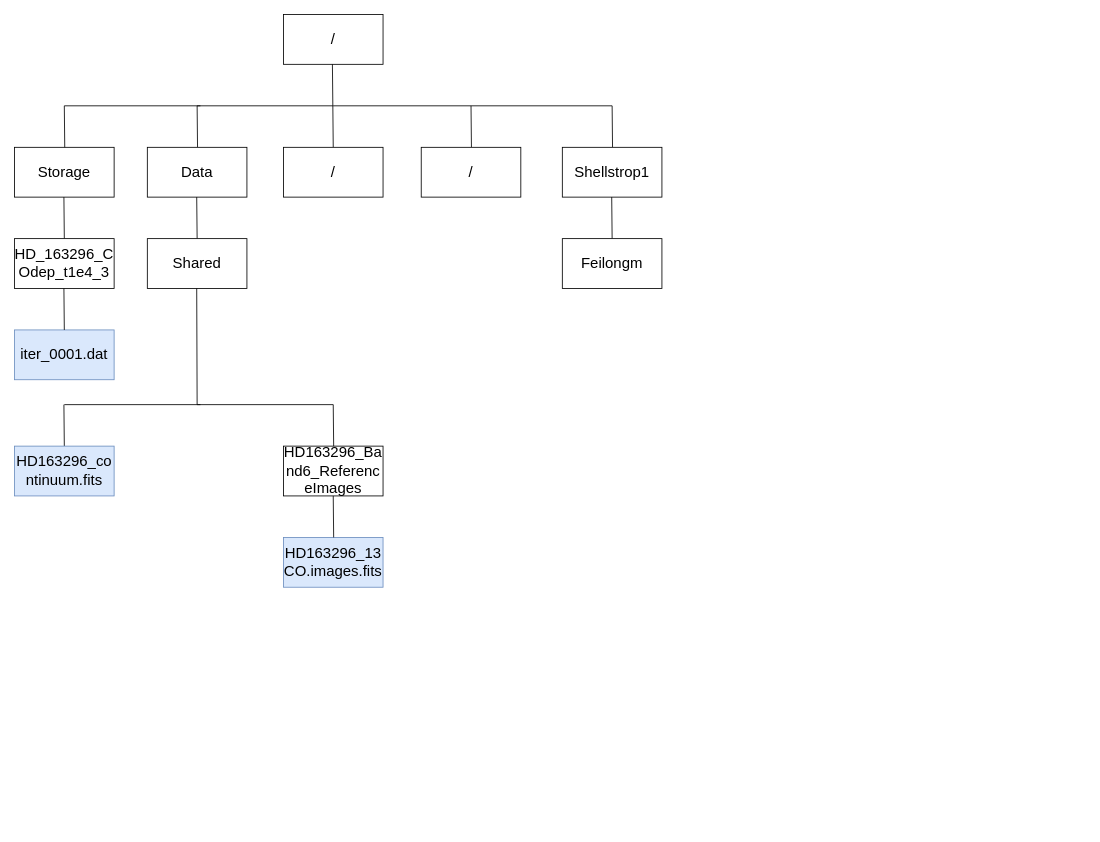
Earlier version of the draw.io diagram notebooks/Untitled Diagram.drawio (feilongm/Notebooks). Source tidied: cells renumbered, new cells numbered last; positions are measured from the earlier drawing's top-left corner, leaving out a move shared by most shapes. Both pictures are drawn from the tidied source at 83%, with x=0, y=0 at pixel (14, 14).
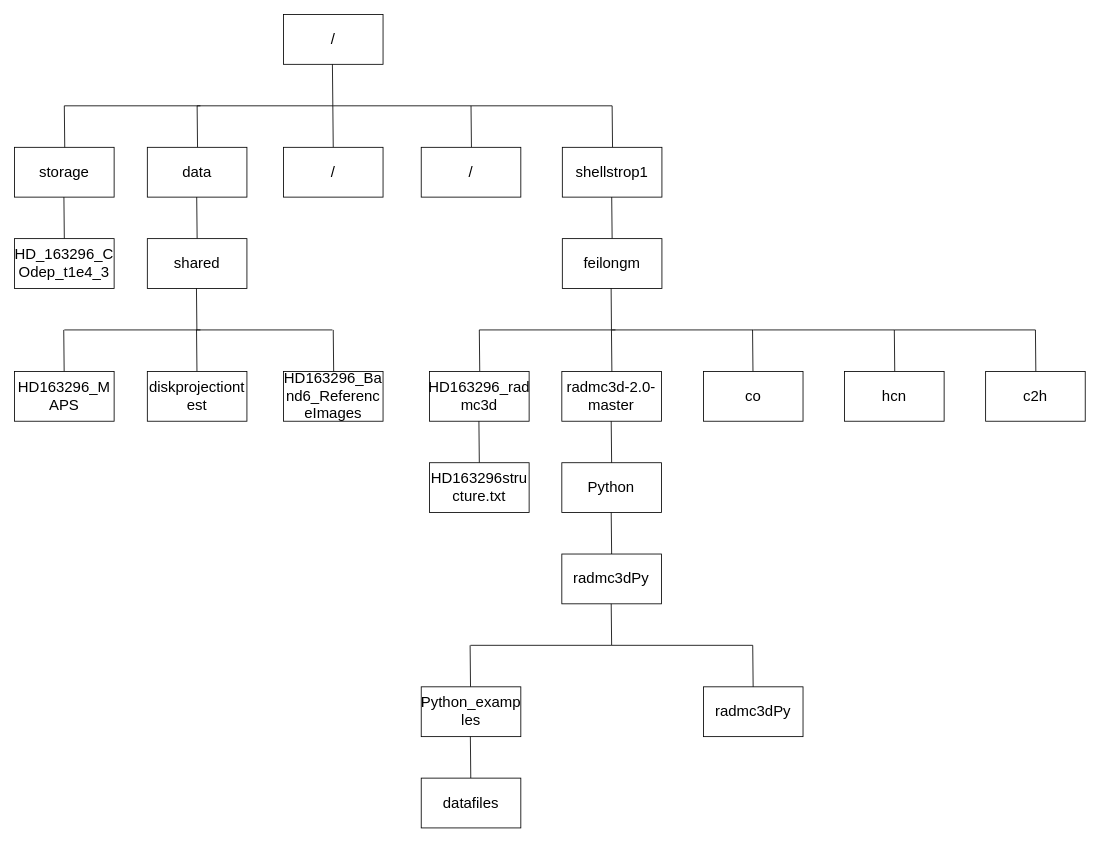
The same page after the edit.

What changed in the source:
```diff
@@
-    <mxCell id="4" value="&lt;font style=&quot;font-size: 18px&quot;&gt;Storage&lt;/font&gt;" style="rounded=0;whiteSpace=wrap;html=1;" parent="1" vertex="1">
+    <mxCell id="4" value="&lt;font style=&quot;font-size: 18px&quot;&gt;storage&lt;/font&gt;" style="rounded=0;whiteSpace=wrap;html=1;" parent="1" vertex="1">
       <mxGeometry y="160" width="120" height="60" as="geometry" />
     </mxCell>
@@
-    <mxCell id="8" value="&lt;span style=&quot;font-size: 18px&quot;&gt;Data&lt;/span&gt;" style="rounded=0;whiteSpace=wrap;html=1;" parent="1" vertex="1">
+    <mxCell id="8" value="&lt;span style=&quot;font-size: 18px&quot;&gt;data&lt;/span&gt;" style="rounded=0;whiteSpace=wrap;html=1;" parent="1" vertex="1">
       <mxGeometry x="160" y="160" width="120" height="60" as="geometry" />
     </mxCell>
@@
-    <mxCell id="17" value="&lt;font style=&quot;font-size: 18px&quot;&gt;Shellstrop1&lt;/font&gt;" style="rounded=0;whiteSpace=wrap;html=1;" parent="1" vertex="1">
+    <mxCell id="17" value="&lt;font style=&quot;font-size: 18px&quot;&gt;shellstrop1&lt;/font&gt;" style="rounded=0;whiteSpace=wrap;html=1;" parent="1" vertex="1">
       <mxGeometry x="660" y="160" width="120" height="60" as="geometry" />
     </mxCell>
@@
-    <mxCell id="20" value="&lt;font style=&quot;font-size: 18px&quot;&gt;iter_0001.dat&lt;/font&gt;" style="rounded=0;whiteSpace=wrap;html=1;fillColor=#dae8fc;strokeColor=#6c8ebf;" parent="1" vertex="1">
-      <mxGeometry y="380" width="120" height="60" as="geometry" />
-    </mxCell>
-    <mxCell id="21" style="endArrow=none;html=1;" parent="1" edge="1">
-      <mxGeometry relative="1" as="geometry">
-        <mxPoint x="60" y="380" as="sourcePoint" />
-        <mxPoint x="59.5" y="330" as="targetPoint" />
-      </mxGeometry>
-    </mxCell>
@@
-    <mxCell id="23" value="&lt;font style=&quot;font-size: 18px&quot;&gt;Shared&lt;/font&gt;" style="rounded=0;whiteSpace=wrap;html=1;" parent="1" vertex="1">
+    <mxCell id="23" value="&lt;font style=&quot;font-size: 18px&quot;&gt;shared&lt;/font&gt;" style="rounded=0;whiteSpace=wrap;html=1;" parent="1" vertex="1">
       <mxGeometry x="160" y="270" width="120" height="60" as="geometry" />
     </mxCell>
     <mxCell id="24" value="&lt;font style=&quot;font-size: 18px&quot;&gt;HD163296_Ba&lt;br&gt;nd6_Referenc&lt;br&gt;eImages&lt;br&gt;&lt;/font&gt;" style="rounded=0;whiteSpace=wrap;html=1;" parent="1" vertex="1">
-      <mxGeometry x="324" y="520" width="120" height="60" as="geometry" />
+      <mxGeometry x="324" y="430" width="120" height="60" as="geometry" />
     </mxCell>
-    <mxCell id="25" style="endArrow=none;html=1;" parent="1" edge="1">
-      <mxGeometry relative="1" as="geometry">
-        <mxPoint x="220" y="470" as="sourcePoint" />
-        <mxPoint x="219.5" y="330" as="targetPoint" />
-      </mxGeometry>
-    </mxCell>
-    <mxCell id="26" style="endArrow=none;html=1;" parent="1" edge="1">
-      <mxGeometry relative="1" as="geometry">
-        <mxPoint x="60" y="520" as="sourcePoint" />
-        <mxPoint x="59.5" y="470" as="targetPoint" />
-      </mxGeometry>
-    </mxCell>
-    <mxCell id="27" value="&lt;font style=&quot;font-size: 18px&quot;&gt;HD163296_13&lt;br&gt;CO.images.fits&lt;br&gt;&lt;/font&gt;" style="rounded=0;whiteSpace=wrap;html=1;fillColor=#dae8fc;strokeColor=#6c8ebf;" parent="1" vertex="1">
-      <mxGeometry x="324" y="630" width="120" height="60" as="geometry" />
-    </mxCell>
-    <mxCell id="28" style="endArrow=none;html=1;" parent="1" edge="1">
-      <mxGeometry relative="1" as="geometry">
-        <mxPoint x="220" y="470" as="sourcePoint" />
-        <mxPoint x="384" y="470" as="targetPoint" />
-      </mxGeometry>
-    </mxCell>
-    <mxCell id="29" style="endArrow=none;html=1;" parent="1" edge="1">
-      <mxGeometry relative="1" as="geometry">
-        <mxPoint x="60" y="470" as="sourcePoint" />
-        <mxPoint x="224" y="470" as="targetPoint" />
-      </mxGeometry>
-    </mxCell>
     <mxCell id="30" style="endArrow=none;html=1;" parent="1" edge="1">
       <mxGeometry relative="1" as="geometry">
-        <mxPoint x="384.5" y="520" as="sourcePoint" />
-        <mxPoint x="384" y="470" as="targetPoint" />
+        <mxPoint x="219.7" y="380" as="sourcePoint" />
+        <mxPoint x="219.2" y="330" as="targetPoint" />
       </mxGeometry>
     </mxCell>
-    <mxCell id="31" style="endArrow=none;html=1;" parent="1" edge="1">
-      <mxGeometry relative="1" as="geometry">
-        <mxPoint x="384.5" y="630" as="sourcePoint" />
-        <mxPoint x="384" y="580" as="targetPoint" />
-      </mxGeometry>
-    </mxCell>
-    <mxCell id="32" value="&lt;font style=&quot;font-size: 18px&quot;&gt;HD163296_co&lt;br&gt;ntinuum.fits&lt;br&gt;&lt;/font&gt;" style="rounded=0;whiteSpace=wrap;html=1;fillColor=#dae8fc;strokeColor=#6c8ebf;" parent="1" vertex="1">
-      <mxGeometry y="520" width="120" height="60" as="geometry" />
-    </mxCell>
@@
-    <mxCell id="34" value="&lt;font style=&quot;font-size: 18px&quot;&gt;Feilongm&lt;/font&gt;" style="rounded=0;whiteSpace=wrap;html=1;" parent="1" vertex="1">
+    <mxCell id="34" value="&lt;font style=&quot;font-size: 18px&quot;&gt;feilongm&lt;/font&gt;" style="rounded=0;whiteSpace=wrap;html=1;" parent="1" vertex="1">
       <mxGeometry x="660" y="270" width="120" height="60" as="geometry" />
     </mxCell>
+    <mxCell id="35" value="&lt;font style=&quot;font-size: 18px&quot;&gt;radmc3d-2.0-master&lt;/font&gt;" style="rounded=0;whiteSpace=wrap;html=1;" parent="1" vertex="1">
+      <mxGeometry x="659.4" y="430" width="120" height="60" as="geometry" />
+    </mxCell>
+    <mxCell id="36" value="&lt;font style=&quot;font-size: 18px&quot;&gt;Python&lt;/font&gt;" style="rounded=0;whiteSpace=wrap;html=1;" parent="1" vertex="1">
+      <mxGeometry x="659.4" y="540" width="120" height="60" as="geometry" />
+    </mxCell>
+    <mxCell id="37" style="endArrow=none;html=1;" parent="1" edge="1">
+      <mxGeometry relative="1" as="geometry">
+        <mxPoint x="719.4" y="650" as="sourcePoint" />
+        <mxPoint x="718.9" y="600" as="targetPoint" />
+      </mxGeometry>
+    </mxCell>
+    <mxCell id="38" value="&lt;font style=&quot;font-size: 18px&quot;&gt;radmc3dPy&lt;/font&gt;" style="rounded=0;whiteSpace=wrap;html=1;" parent="1" vertex="1">
+      <mxGeometry x="659.4" y="650" width="120" height="60" as="geometry" />
+    </mxCell>
+    <mxCell id="39" style="endArrow=none;html=1;" parent="1" edge="1">
+      <mxGeometry relative="1" as="geometry">
+        <mxPoint x="719.4" y="760" as="sourcePoint" />
+        <mxPoint x="718.9" y="710" as="targetPoint" />
+      </mxGeometry>
+    </mxCell>
+    <mxCell id="40" value="&lt;font style=&quot;font-size: 18px&quot;&gt;radmc3dPy&lt;/font&gt;" style="rounded=0;whiteSpace=wrap;html=1;" parent="1" vertex="1">
+      <mxGeometry x="830" y="810" width="120" height="60" as="geometry" />
+    </mxCell>
+    <mxCell id="41" style="endArrow=none;html=1;" parent="1" edge="1">
+      <mxGeometry relative="1" as="geometry">
+        <mxPoint x="720" y="380" as="sourcePoint" />
+        <mxPoint x="890" y="380" as="targetPoint" />
+      </mxGeometry>
+    </mxCell>
+    <mxCell id="42" style="endArrow=none;html=1;" parent="1" edge="1">
+      <mxGeometry relative="1" as="geometry">
+        <mxPoint x="560" y="380" as="sourcePoint" />
+        <mxPoint x="724" y="380" as="targetPoint" />
+      </mxGeometry>
+    </mxCell>
+    <mxCell id="43" style="endArrow=none;html=1;" parent="1" edge="1">
+      <mxGeometry relative="1" as="geometry">
+        <mxPoint x="560.5" y="430" as="sourcePoint" />
+        <mxPoint x="560" y="380" as="targetPoint" />
+      </mxGeometry>
+    </mxCell>
+    <mxCell id="44" style="endArrow=none;html=1;" parent="1" edge="1">
+      <mxGeometry relative="1" as="geometry">
+        <mxPoint x="719.7" y="430" as="sourcePoint" />
+        <mxPoint x="719.2" y="380" as="targetPoint" />
+      </mxGeometry>
+    </mxCell>
+    <mxCell id="45" style="endArrow=none;html=1;" parent="1" edge="1">
+      <mxGeometry relative="1" as="geometry">
+        <mxPoint x="719.4" y="540" as="sourcePoint" />
+        <mxPoint x="718.9" y="490" as="targetPoint" />
+      </mxGeometry>
+    </mxCell>
+    <mxCell id="46" value="&lt;font style=&quot;font-size: 18px&quot;&gt;HD163296_rad&lt;br&gt;mc3d&lt;br&gt;&lt;/font&gt;" style="rounded=0;whiteSpace=wrap;html=1;" parent="1" vertex="1">
+      <mxGeometry x="500" y="430" width="120" height="60" as="geometry" />
+    </mxCell>
+    <mxCell id="47" style="endArrow=none;html=1;" parent="1" edge="1">
+      <mxGeometry relative="1" as="geometry">
+        <mxPoint x="560" y="540" as="sourcePoint" />
+        <mxPoint x="559.5" y="490" as="targetPoint" />
+      </mxGeometry>
+    </mxCell>
+    <mxCell id="48" value="&lt;font style=&quot;font-size: 18px&quot;&gt;HD163296stru&lt;br&gt;cture.txt&lt;br&gt;&lt;/font&gt;" style="rounded=0;whiteSpace=wrap;html=1;" parent="1" vertex="1">
+      <mxGeometry x="500" y="540" width="120" height="60" as="geometry" />
+    </mxCell>
+    <mxCell id="49" style="endArrow=none;html=1;" parent="1" edge="1">
+      <mxGeometry relative="1" as="geometry">
+        <mxPoint x="719.4" y="760" as="sourcePoint" />
+        <mxPoint x="889.4" y="760" as="targetPoint" />
+      </mxGeometry>
+    </mxCell>
+    <mxCell id="50" style="endArrow=none;html=1;" parent="1" edge="1">
+      <mxGeometry relative="1" as="geometry">
+        <mxPoint x="549.4" y="760" as="sourcePoint" />
+        <mxPoint x="719.4" y="760" as="targetPoint" />
+      </mxGeometry>
+    </mxCell>
+    <mxCell id="51" style="endArrow=none;html=1;" parent="1" edge="1">
+      <mxGeometry relative="1" as="geometry">
+        <mxPoint x="549.4" y="810" as="sourcePoint" />
+        <mxPoint x="548.9" y="760" as="targetPoint" />
+      </mxGeometry>
+    </mxCell>
+    <mxCell id="52" style="endArrow=none;html=1;" parent="1" edge="1">
+      <mxGeometry relative="1" as="geometry">
+        <mxPoint x="889.9" y="810" as="sourcePoint" />
+        <mxPoint x="889.4" y="760" as="targetPoint" />
+      </mxGeometry>
+    </mxCell>
+    <mxCell id="53" value="&lt;font style=&quot;font-size: 18px&quot;&gt;Python_examp&lt;br&gt;les&lt;br&gt;&lt;/font&gt;" style="rounded=0;whiteSpace=wrap;html=1;" parent="1" vertex="1">
+      <mxGeometry x="490" y="810" width="120" height="60" as="geometry" />
+    </mxCell>
+    <mxCell id="54" style="endArrow=none;html=1;" parent="1" edge="1">
+      <mxGeometry relative="1" as="geometry">
+        <mxPoint x="549.7" y="920" as="sourcePoint" />
+        <mxPoint x="549.2" y="870" as="targetPoint" />
+      </mxGeometry>
+    </mxCell>
+    <mxCell id="55" value="&lt;font style=&quot;font-size: 18px&quot;&gt;datafiles&lt;br&gt;&lt;/font&gt;" style="rounded=0;whiteSpace=wrap;html=1;" parent="1" vertex="1">
+      <mxGeometry x="490" y="920" width="120" height="60" as="geometry" />
+    </mxCell>
+    <mxCell id="56" style="endArrow=none;html=1;" parent="1" edge="1">
+      <mxGeometry relative="1" as="geometry">
+        <mxPoint x="719.2" y="380" as="sourcePoint" />
+        <mxPoint x="718.8" y="330" as="targetPoint" />
+      </mxGeometry>
+    </mxCell>
+    <mxCell id="57" style="endArrow=none;html=1;" parent="1" edge="1">
+      <mxGeometry relative="1" as="geometry">
+        <mxPoint x="889.7" y="430" as="sourcePoint" />
+        <mxPoint x="889.2" y="380" as="targetPoint" />
+      </mxGeometry>
+    </mxCell>
+    <mxCell id="58" value="&lt;font style=&quot;font-size: 18px&quot;&gt;co&lt;/font&gt;" style="rounded=0;whiteSpace=wrap;html=1;" parent="1" vertex="1">
+      <mxGeometry x="830" y="430" width="120" height="60" as="geometry" />
+    </mxCell>
+    <mxCell id="59" style="endArrow=none;html=1;" parent="1" edge="1">
+      <mxGeometry relative="1" as="geometry">
+        <mxPoint x="890" y="380" as="sourcePoint" />
+        <mxPoint x="1060" y="380" as="targetPoint" />
+      </mxGeometry>
+    </mxCell>
+    <mxCell id="60" style="endArrow=none;html=1;" parent="1" edge="1">
+      <mxGeometry relative="1" as="geometry">
+        <mxPoint x="1060.5" y="430" as="sourcePoint" />
+        <mxPoint x="1060" y="380" as="targetPoint" />
+      </mxGeometry>
+    </mxCell>
+    <mxCell id="61" value="&lt;font style=&quot;font-size: 18px&quot;&gt;hcn&lt;/font&gt;" style="rounded=0;whiteSpace=wrap;html=1;" parent="1" vertex="1">
+      <mxGeometry x="1000" y="430" width="120" height="60" as="geometry" />
+    </mxCell>
+    <mxCell id="62" style="endArrow=none;html=1;" parent="1" edge="1">
+      <mxGeometry relative="1" as="geometry">
+        <mxPoint x="1060" y="380" as="sourcePoint" />
+        <mxPoint x="1230" y="380" as="targetPoint" />
+      </mxGeometry>
+    </mxCell>
+    <mxCell id="63" style="endArrow=none;html=1;" parent="1" edge="1">
+      <mxGeometry relative="1" as="geometry">
+        <mxPoint x="1230.5" y="430" as="sourcePoint" />
+        <mxPoint x="1230" y="380" as="targetPoint" />
+      </mxGeometry>
+    </mxCell>
+    <mxCell id="64" value="&lt;font style=&quot;font-size: 18px&quot;&gt;c2h&lt;/font&gt;" style="rounded=0;whiteSpace=wrap;html=1;" parent="1" vertex="1">
+      <mxGeometry x="1170" y="430" width="120" height="60" as="geometry" />
+    </mxCell>
+    <mxCell id="65" style="endArrow=none;html=1;" parent="1" edge="1">
+      <mxGeometry relative="1" as="geometry">
+        <mxPoint x="219" y="380" as="sourcePoint" />
+        <mxPoint x="383" y="380" as="targetPoint" />
+      </mxGeometry>
+    </mxCell>
+    <mxCell id="66" style="endArrow=none;html=1;" parent="1" edge="1">
+      <mxGeometry relative="1" as="geometry">
+        <mxPoint x="60" y="380" as="sourcePoint" />
+        <mxPoint x="224" y="380" as="targetPoint" />
+      </mxGeometry>
+    </mxCell>
+    <mxCell id="67" style="endArrow=none;html=1;" parent="1" edge="1">
+      <mxGeometry relative="1" as="geometry">
+        <mxPoint x="384.5" y="430" as="sourcePoint" />
+        <mxPoint x="384" y="380" as="targetPoint" />
+      </mxGeometry>
+    </mxCell>
+    <mxCell id="68" style="endArrow=none;html=1;" parent="1" edge="1">
+      <mxGeometry relative="1" as="geometry">
+        <mxPoint x="59.8" y="430" as="sourcePoint" />
+        <mxPoint x="59.3" y="380" as="targetPoint" />
+      </mxGeometry>
+    </mxCell>
+    <mxCell id="69" value="&lt;font style=&quot;font-size: 18px&quot;&gt;HD163296_M&lt;br&gt;APS&lt;br&gt;&lt;/font&gt;" style="rounded=0;whiteSpace=wrap;html=1;" parent="1" vertex="1">
+      <mxGeometry y="430" width="120" height="60" as="geometry" />
+    </mxCell>
+    <mxCell id="70" style="endArrow=none;html=1;" parent="1" edge="1">
+      <mxGeometry relative="1" as="geometry">
+        <mxPoint x="219.8" y="430" as="sourcePoint" />
+        <mxPoint x="219.3" y="380" as="targetPoint" />
+      </mxGeometry>
+    </mxCell>
+    <mxCell id="71" value="&lt;font style=&quot;font-size: 18px&quot;&gt;diskprojectiont&lt;br&gt;est&lt;br&gt;&lt;/font&gt;" style="rounded=0;whiteSpace=wrap;html=1;" parent="1" vertex="1">
+      <mxGeometry x="160" y="430" width="120" height="60" as="geometry" />
+    </mxCell>
```
